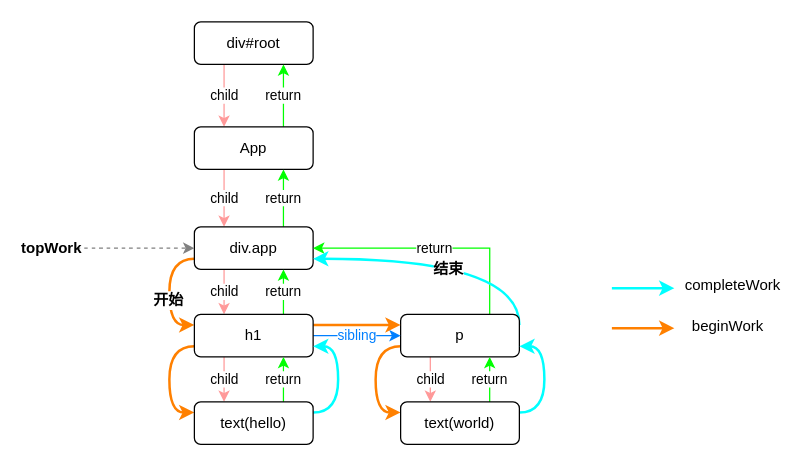
ivan-94/bobi.ink keeps this draw.io diagram as page "dfs" (5 of 7) of source/_drawio/react-fiber.drawio. Above is the earlier version. Source tidied: cells renumbered, new cells numbered last; positions are measured from the earlier drawing's top-left corner, leaving out a move shared by most shapes. Both pictures are drawn from the tidied source at 125%, with x=0, y=0 at pixel (26, 21).
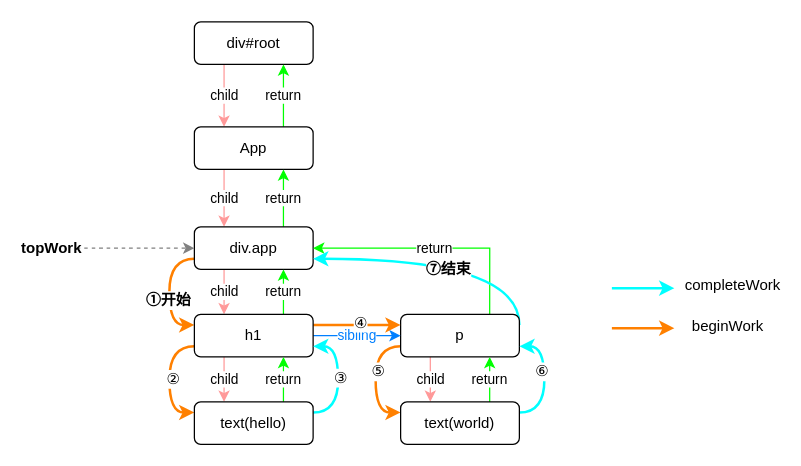
The same page after the edit.

The change refers to these unchanged cells:
```xml
<mxCell id="9" style="edgeStyle=orthogonalEdgeStyle;curved=1;rounded=0;jettySize=auto;html=1;exitX=0;exitY=0.75;exitDx=0;exitDy=0;entryX=0;entryY=0.25;entryDx=0;entryDy=0;strokeColor=#FF8000;strokeWidth=2;" parent="1" edge="1" source="11" target="23">
  <mxGeometry relative="1" as="geometry" />
</mxCell>
<mxCell id="14" style="edgeStyle=orthogonalEdgeStyle;curved=1;rounded=0;jettySize=auto;html=1;exitX=0;exitY=0.75;exitDx=0;exitDy=0;entryX=0;entryY=0.25;entryDx=0;entryDy=0;strokeColor=#FF8000;strokeWidth=2;" parent="1" edge="1" source="17" target="29">
  <mxGeometry relative="1" as="geometry" />
</mxCell>
<mxCell id="15" style="edgeStyle=orthogonalEdgeStyle;curved=1;rounded=0;jettySize=auto;html=1;exitX=1;exitY=0.25;exitDx=0;exitDy=0;entryX=1;entryY=0.75;entryDx=0;entryDy=0;strokeColor=#00FFFF;strokeWidth=2;" parent="1" edge="1" source="17" target="11">
  <mxGeometry relative="1" as="geometry">
    <Array as="points">
      <mxPoint x="394" y="190" />
    </Array>
  </mxGeometry>
</mxCell>
<mxCell id="21" style="edgeStyle=orthogonalEdgeStyle;curved=1;rounded=0;jettySize=auto;html=1;exitX=0;exitY=0.75;exitDx=0;exitDy=0;entryX=0;entryY=0.25;entryDx=0;entryDy=0;strokeColor=#FF8000;strokeWidth=2;" parent="1" edge="1" source="23" target="26">
  <mxGeometry relative="1" as="geometry" />
</mxCell>
<mxCell id="22" style="edgeStyle=orthogonalEdgeStyle;curved=1;rounded=0;jettySize=auto;html=1;exitX=1;exitY=0.25;exitDx=0;exitDy=0;entryX=0;entryY=0.25;entryDx=0;entryDy=0;strokeColor=#FF8000;strokeWidth=2;" parent="1" edge="1" source="23" target="17">
  <mxGeometry relative="1" as="geometry" />
</mxCell>
<mxCell id="25" style="edgeStyle=orthogonalEdgeStyle;curved=1;rounded=0;jettySize=auto;html=1;exitX=1;exitY=0.25;exitDx=0;exitDy=0;entryX=1;entryY=0.75;entryDx=0;entryDy=0;strokeColor=#00FFFF;strokeWidth=2;" parent="1" edge="1" source="26" target="23">
  <mxGeometry relative="1" as="geometry" />
</mxCell>
<mxCell id="28" style="edgeStyle=orthogonalEdgeStyle;curved=1;rounded=0;jettySize=auto;html=1;exitX=1;exitY=0.25;exitDx=0;exitDy=0;entryX=1;entryY=0.75;entryDx=0;entryDy=0;strokeColor=#00FFFF;strokeWidth=2;" parent="1" edge="1" source="29" target="17">
  <mxGeometry relative="1" as="geometry" />
</mxCell>
```

Diff of the diagram source:
```diff
@@
-    <mxCell id="10" value="开始" style="text;html=1;align=center;verticalAlign=middle;labelBackgroundColor=#ffffff;fontStyle=1;" parent="9" vertex="1">
+    <mxCell id="10" value="①开始" style="text;html=1;align=center;verticalAlign=middle;labelBackgroundColor=#ffffff;fontStyle=1;" parent="9" vertex="1">
       <mxGeometry x="0.14" y="-2" relative="1" as="geometry" />
     </mxCell>
@@
+    <mxCell id="36" value="⑤" style="text;html=1;align=center;verticalAlign=middle;labelBackgroundColor=#ffffff;" parent="14" vertex="1">
+      <mxGeometry x="-0.14" y="1" relative="1" as="geometry" />
+    </mxCell>
@@
-    <mxCell id="16" value="结束" style="text;html=1;align=center;verticalAlign=middle;labelBackgroundColor=#ffffff;fontStyle=1;" parent="15" vertex="1">
+    <mxCell id="16" value="⑦结束" style="text;html=1;align=center;verticalAlign=middle;labelBackgroundColor=#ffffff;fontStyle=1;" parent="15" vertex="1">
       <mxGeometry x="0.02" y="8" relative="1" as="geometry" />
     </mxCell>
@@
+    <mxCell id="37" value="②" style="text;html=1;align=center;verticalAlign=middle;labelBackgroundColor=#ffffff;" parent="21" vertex="1">
+      <mxGeometry x="-0.01" y="2" relative="1" as="geometry" />
+    </mxCell>
@@
+    <mxCell id="38" value="④" style="text;html=1;align=center;verticalAlign=middle;labelBackgroundColor=#ffffff;" parent="22" vertex="1">
+      <mxGeometry x="0.06" y="2" relative="1" as="geometry" />
+    </mxCell>
@@
+    <mxCell id="39" value="③" style="text;html=1;align=center;verticalAlign=middle;labelBackgroundColor=#ffffff;" parent="25" vertex="1">
+      <mxGeometry x="0.03" y="-1" relative="1" as="geometry" />
+    </mxCell>
@@
+    <mxCell id="40" value="⑥" style="text;html=1;align=center;verticalAlign=middle;labelBackgroundColor=#ffffff;" parent="28" vertex="1">
+      <mxGeometry x="0.14" y="3" relative="1" as="geometry" />
+    </mxCell>
```
